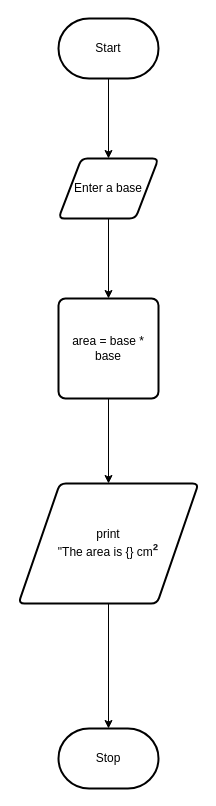
huihangisaac-ho/ICS3U-Assignment-6-Python keeps this draw.io diagram as Flow-Chart.drawio. Above is the earlier version. Source tidied: cells renumbered, new cells numbered last; positions are measured from the earlier drawing's top-left corner, leaving out a move shared by most shapes. Both pictures are drawn from the tidied source at 100%, with x=0, y=0 at pixel (18, 18).
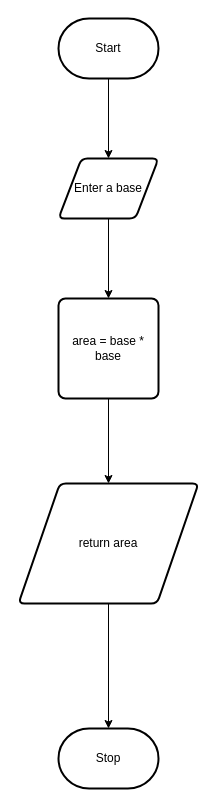
After the change.

The edit, as a diff of the source:
```diff
@@
 <mxGraphModel>
   <root>
     <mxCell id="0" />
     <mxCell id="1" parent="0" />
     <mxCell id="2" style="edgeStyle=orthogonalEdgeStyle;html=1;exitX=0.5;exitY=1;exitDx=0;exitDy=0;exitPerimeter=0;entryX=0.5;entryY=0;entryDx=0;entryDy=0;rounded=0;" parent="1" edge="1" source="3" target="5">
       <mxGeometry relative="1" as="geometry" />
     </mxCell>
     <mxCell id="3" value="Start" style="strokeWidth=2;html=1;shape=mxgraph.flowchart.terminator;whiteSpace=wrap;" parent="1" vertex="1">
       <mxGeometry x="40" width="100" height="60" as="geometry" />
     </mxCell>
     <mxCell id="4" style="edgeStyle=orthogonalEdgeStyle;rounded=0;html=1;exitX=0.5;exitY=1;exitDx=0;exitDy=0;" parent="1" edge="1" source="5" target="7">
       <mxGeometry relative="1" as="geometry" />
     </mxCell>
     <mxCell id="5" value="Enter a base" style="shape=parallelogram;html=1;strokeWidth=2;perimeter=parallelogramPerimeter;whiteSpace=wrap;rounded=1;arcSize=12;size=0.23;" parent="1" vertex="1">
       <mxGeometry x="40" y="140" width="100" height="60" as="geometry" />
     </mxCell>
     <mxCell id="6" style="edgeStyle=orthogonalEdgeStyle;rounded=0;html=1;exitX=0.5;exitY=1;exitDx=0;exitDy=0;" parent="1" edge="1" source="7" target="9">
       <mxGeometry relative="1" as="geometry" />
     </mxCell>
     <mxCell id="7" value="area = base * base" style="rounded=1;whiteSpace=wrap;html=1;absoluteArcSize=1;arcSize=14;strokeWidth=2;" parent="1" vertex="1">
       <mxGeometry x="40" y="280" width="100" height="100" as="geometry" />
     </mxCell>
     <mxCell id="8" style="edgeStyle=orthogonalEdgeStyle;rounded=0;html=1;exitX=0.5;exitY=1;exitDx=0;exitDy=0;" parent="1" edge="1" source="9" target="10">
       <mxGeometry relative="1" as="geometry" />
     </mxCell>
-    <mxCell id="9" value="print&lt;br&gt;&quot;The area is {} cm&lt;b style=&quot;color: rgb(32 , 33 , 36) ; font-family: &amp;#34;arial&amp;#34; , sans-serif ; font-size: 16px ; background-color: rgb(255 , 255 , 255)&quot;&gt;²&lt;/b&gt;" style="shape=parallelogram;html=1;strokeWidth=2;perimeter=parallelogramPerimeter;whiteSpace=wrap;rounded=1;arcSize=12;size=0.23;" parent="1" vertex="1">
+    <mxCell id="9" value="return area" style="shape=parallelogram;html=1;strokeWidth=2;perimeter=parallelogramPerimeter;whiteSpace=wrap;rounded=1;arcSize=12;size=0.23;" parent="1" vertex="1">
       <mxGeometry y="465" width="180" height="120" as="geometry" />
     </mxCell>
     <mxCell id="10" value="Stop" style="strokeWidth=2;html=1;shape=mxgraph.flowchart.terminator;whiteSpace=wrap;" parent="1" vertex="1">
       <mxGeometry x="40" y="710" width="100" height="60" as="geometry" />
     </mxCell>
   </root>
 </mxGraphModel>
```
